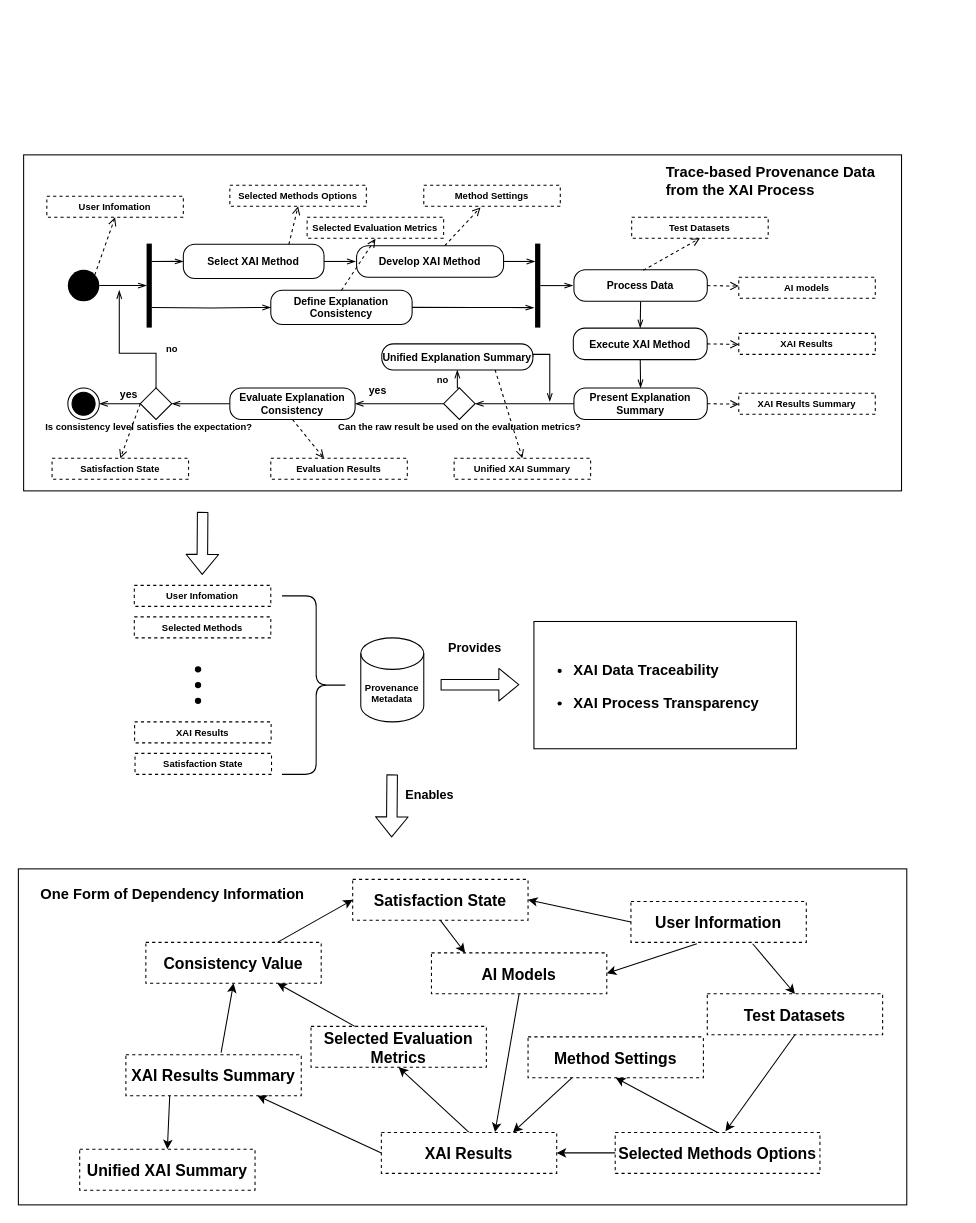
Earlier version of the draw.io diagram page "ProvenanceData approach" (4 of 10) of docs/diagram.drawio (ZeruiW/XAI-Service). Source tidied: cells renumbered, new cells numbered last; positions are measured from the earlier drawing's top-left corner, leaving out a move shared by most shapes. Both pictures are drawn from the tidied source at 105%, with x=0, y=0 at pixel (18, 154).
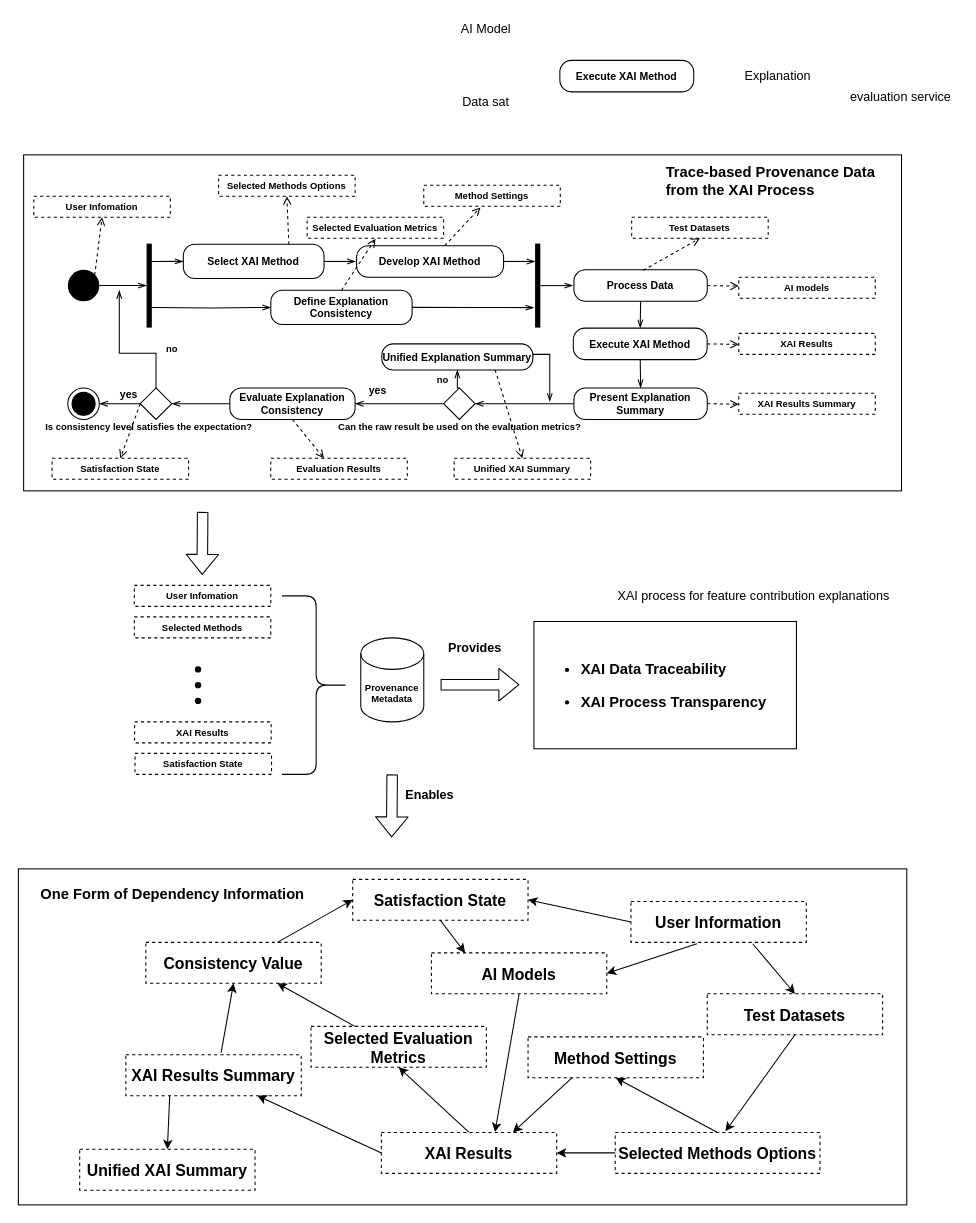
The same diagram, later.

Change to the diagram source:
```diff
@@
     <mxCell id="10" value="&lt;h3 style=&quot;font-size: 14px&quot;&gt;&lt;ul&gt;&lt;li&gt;XAI Data Traceability&lt;/li&gt;&lt;/ul&gt;&lt;ul&gt;&lt;li&gt;XAI Process Transparency&lt;/li&gt;&lt;/ul&gt;&lt;/h3&gt;" style="text;html=1;strokeColor=none;fillColor=none;align=left;verticalAlign=middle;whiteSpace=wrap;rounded=0;fontSize=9;fontStyle=1;" parent="1" vertex="1">
-      <mxGeometry x="487" y="460.6" width="243.9" height="90" as="geometry" />
+      <mxGeometry x="494.1" y="460" width="243.9" height="90" as="geometry" />
     </mxCell>
@@
     <mxCell id="65" value="Selected Methods Options" style="fontStyle=1;dashed=1;fontSize=9;" parent="1" vertex="1">
-      <mxGeometry x="201.4" y="29" width="130" height="20" as="geometry" />
+      <mxGeometry x="190.7" y="19.4" width="130" height="20" as="geometry" />
     </mxCell>
@@
     <mxCell id="83" value="User Infomation" style="fontStyle=1;dashed=1;fontSize=9;" parent="1" vertex="1">
-      <mxGeometry x="27.1" y="39.4" width="130" height="20" as="geometry" />
+      <mxGeometry x="14.7" y="39.4" width="130" height="20" as="geometry" />
     </mxCell>
@@
+    <mxCell id="106" value="Execute XAI Method" style="align=center;verticalAlign=middle;rounded=1;absoluteArcSize=1;arcSize=22;dashed=0;fontSize=10;fontStyle=1;" parent="1" vertex="1">
+      <mxGeometry x="515.7" y="-90" width="127.5" height="30" as="geometry" />
+    </mxCell>
+    <mxCell id="107" value="Data sat" style="text;html=1;align=center;verticalAlign=middle;strokeColor=none;fillColor=none;" parent="1" vertex="1">
+      <mxGeometry x="415" y="-60" width="60" height="20" as="geometry" />
+    </mxCell>
+    <mxCell id="108" value="AI Model" style="text;html=1;align=center;verticalAlign=middle;strokeColor=none;fillColor=none;" parent="1" vertex="1">
+      <mxGeometry x="415" y="-130" width="60" height="20" as="geometry" />
+    </mxCell>
+    <mxCell id="109" value="Explanation" style="text;html=1;align=center;verticalAlign=middle;strokeColor=none;fillColor=none;" parent="1" vertex="1">
+      <mxGeometry x="683.4" y="-85" width="80" height="20" as="geometry" />
+    </mxCell>
+    <mxCell id="110" value="XAI process for feature contribution explanations" style="text;html=1;align=center;verticalAlign=middle;strokeColor=none;fillColor=none;" parent="1" vertex="1">
+      <mxGeometry x="565" y="410" width="270" height="20" as="geometry" />
+    </mxCell>
+    <mxCell id="111" value="evaluation service" style="text;html=1;align=center;verticalAlign=middle;strokeColor=none;fillColor=none;" parent="1" vertex="1">
+      <mxGeometry x="785" y="-65" width="110" height="20" as="geometry" />
+    </mxCell>
```
